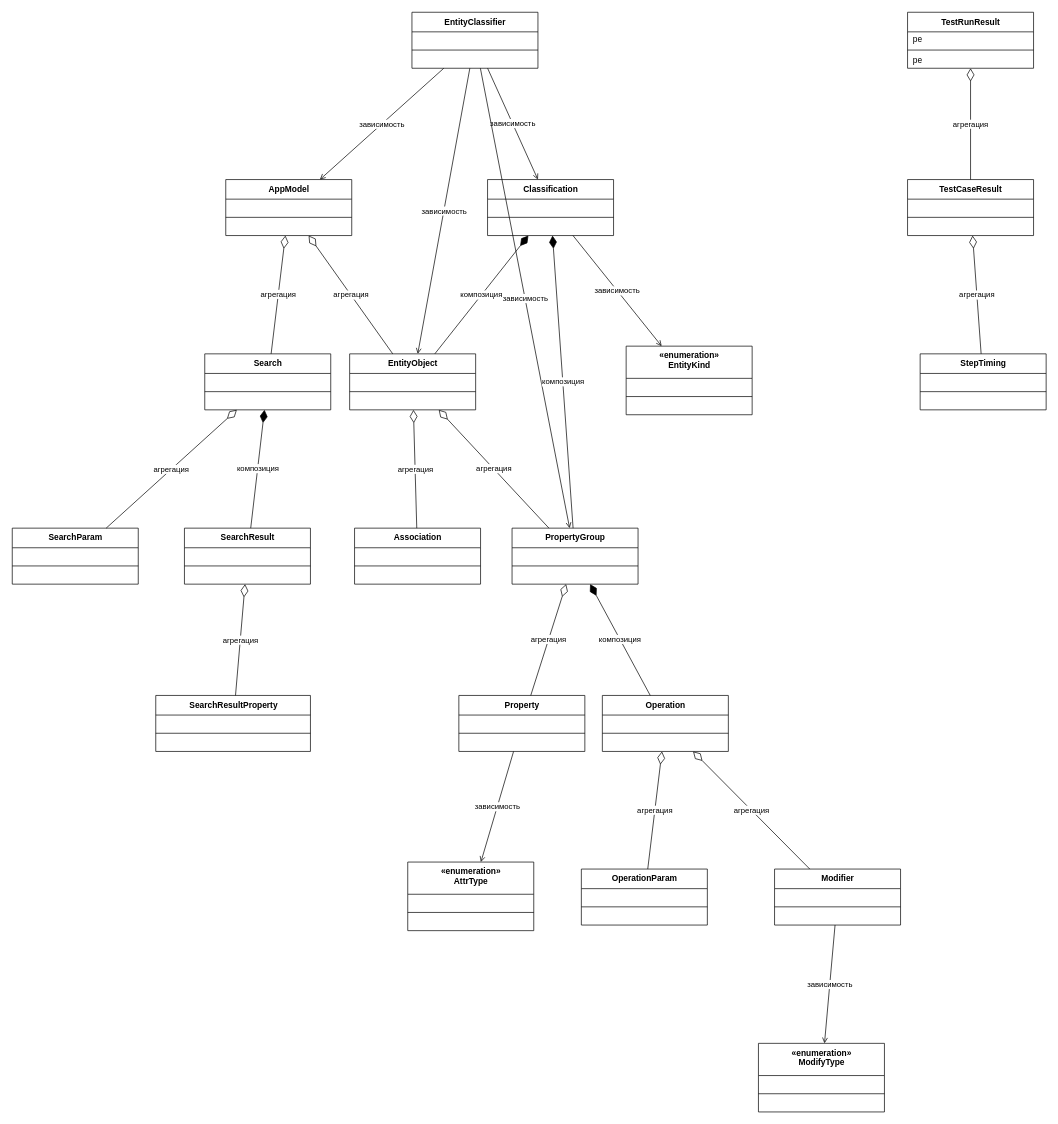
nastolbov/diplom23 keeps this draw.io diagram as page "Рис.45 Model (уточнённая)" (8 of 18) of VKR_class_diagrams.drawio. Above is the earlier version. Source tidied: cells renumbered, new cells numbered last; positions are measured from the earlier drawing's top-left corner, leaving out a move shared by most shapes. Both pictures are drawn from the tidied source at 70%, with x=0, y=0 at pixel (12, 12).
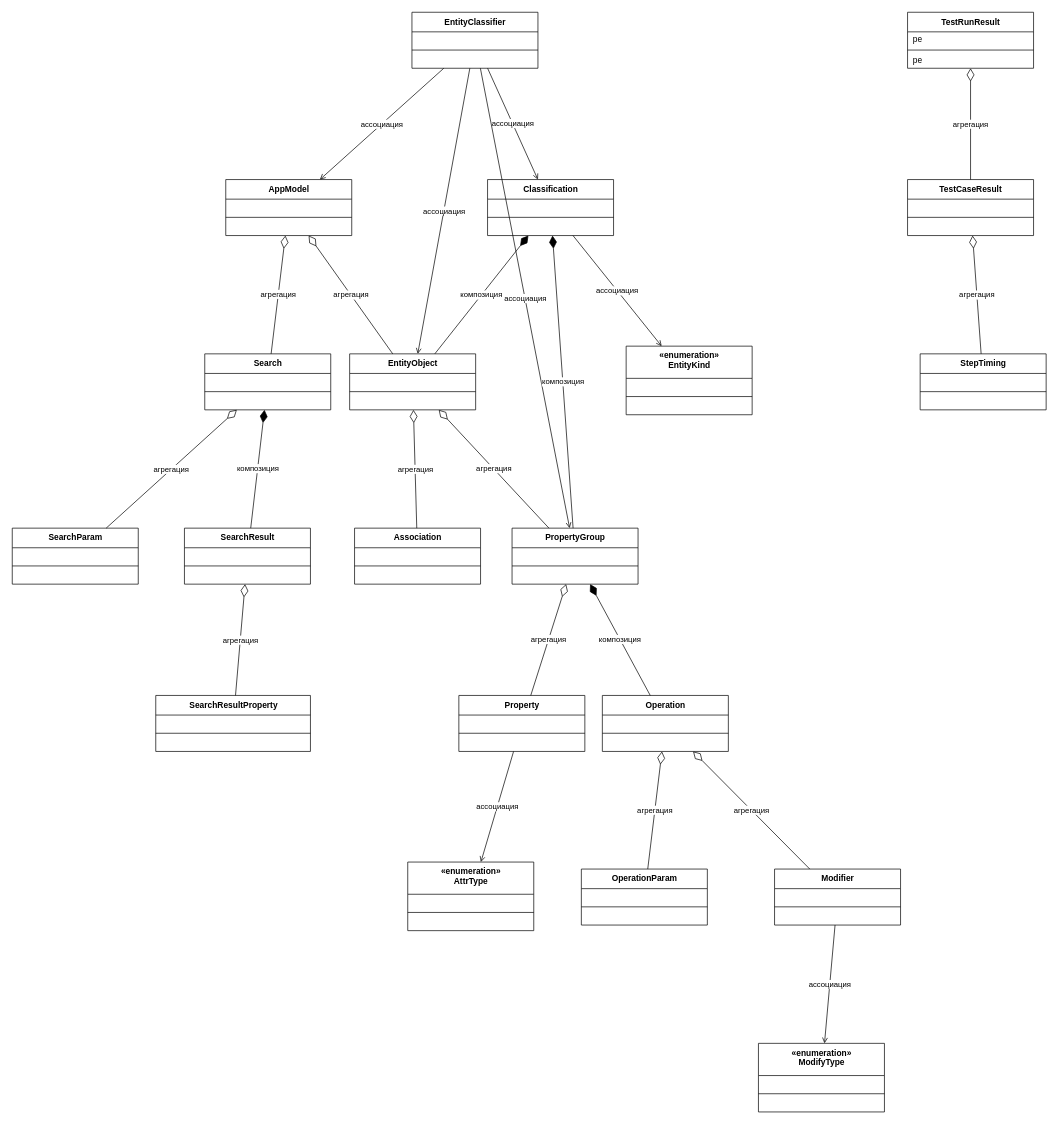
After the change.

Commit message (it also covers changes not shown here):
Rename relationship label «зависимость» -> «ассоциация» on refined diagrams

Unchanged cells that the change refers to:
```xml
<mxCell id="2" value="EntityClassifier" style="swimlane;html=1;fontStyle=1;align=center;verticalAlign=top;horizontal=1;startSize=28;" parent="1" vertex="1">
  <mxGeometry x="571" width="180" height="80" as="geometry" />
</mxCell>
<mxCell id="10" value="AppModel" style="swimlane;html=1;fontStyle=1;align=center;verticalAlign=top;horizontal=1;startSize=28;" parent="1" vertex="1">
  <mxGeometry x="305" y="239" width="180" height="80" as="geometry" />
</mxCell>
<mxCell id="14" value="Classification" style="swimlane;html=1;fontStyle=1;align=center;verticalAlign=top;horizontal=1;startSize=28;" parent="1" vertex="1">
  <mxGeometry x="679" y="239" width="180" height="80" as="geometry" />
</mxCell>
<mxCell id="22" value="«enumeration»&lt;br&gt;EntityKind" style="swimlane;html=1;fontStyle=1;align=center;verticalAlign=top;horizontal=1;startSize=46;" parent="1" vertex="1">
  <mxGeometry x="877" y="477" width="180" height="98" as="geometry" />
</mxCell>
<mxCell id="30" value="EntityObject" style="swimlane;html=1;fontStyle=1;align=center;verticalAlign=top;horizontal=1;startSize=28;" parent="1" vertex="1">
  <mxGeometry x="482" y="488" width="180" height="80" as="geometry" />
</mxCell>
<mxCell id="50" value="PropertyGroup" style="swimlane;html=1;fontStyle=1;align=center;verticalAlign=top;horizontal=1;startSize=28;" parent="1" vertex="1">
  <mxGeometry x="714" y="737" width="180" height="80" as="geometry" />
</mxCell>
<mxCell id="58" value="Property" style="swimlane;html=1;fontStyle=1;align=center;verticalAlign=top;horizontal=1;startSize=28;" parent="1" vertex="1">
  <mxGeometry x="638" y="976" width="180" height="80" as="geometry" />
</mxCell>
<mxCell id="66" value="«enumeration»&lt;br&gt;AttrType" style="swimlane;html=1;fontStyle=1;align=center;verticalAlign=top;horizontal=1;startSize=46;" parent="1" vertex="1">
  <mxGeometry x="565" y="1214" width="180" height="98" as="geometry" />
</mxCell>
<mxCell id="74" value="Modifier" style="swimlane;html=1;fontStyle=1;align=center;verticalAlign=top;horizontal=1;startSize=28;" parent="1" vertex="1">
  <mxGeometry x="1089" y="1224" width="180" height="80" as="geometry" />
</mxCell>
<mxCell id="78" value="«enumeration»&lt;br&gt;ModifyType" style="swimlane;html=1;fontStyle=1;align=center;verticalAlign=top;horizontal=1;startSize=46;" parent="1" vertex="1">
  <mxGeometry x="1066" y="1473" width="180" height="98" as="geometry" />
</mxCell>
```

Change to the diagram source:
```diff
@@
-    <mxCell id="82" value="зависимость" style="html=1;endArrow=open;startArrow=none;rounded=0;" parent="1" edge="1" source="2" target="10">
+    <mxCell id="82" value="ассоциация" style="html=1;endArrow=open;startArrow=none;rounded=0;" parent="1" edge="1" source="2" target="10">
       <mxGeometry relative="1" as="geometry" />
     </mxCell>
-    <mxCell id="83" value="зависимость" style="html=1;endArrow=open;startArrow=none;rounded=0;" parent="1" edge="1" source="2" target="14">
+    <mxCell id="83" value="ассоциация" style="html=1;endArrow=open;startArrow=none;rounded=0;" parent="1" edge="1" source="2" target="14">
       <mxGeometry relative="1" as="geometry" />
     </mxCell>
-    <mxCell id="84" value="зависимость" style="html=1;endArrow=open;startArrow=none;rounded=0;" parent="1" edge="1" source="2" target="30">
+    <mxCell id="84" value="ассоциация" style="html=1;endArrow=open;startArrow=none;rounded=0;" parent="1" edge="1" source="2" target="30">
       <mxGeometry relative="1" as="geometry" />
     </mxCell>
-    <mxCell id="85" value="зависимость" style="html=1;endArrow=open;startArrow=none;rounded=0;" parent="1" edge="1" source="2" target="50">
+    <mxCell id="85" value="ассоциация" style="html=1;endArrow=open;startArrow=none;rounded=0;" parent="1" edge="1" source="2" target="50">
       <mxGeometry relative="1" as="geometry" />
     </mxCell>
@@
-    <mxCell id="90" value="зависимость" style="html=1;endArrow=open;startArrow=none;rounded=0;" parent="1" edge="1" source="14" target="22">
+    <mxCell id="90" value="ассоциация" style="html=1;endArrow=open;startArrow=none;rounded=0;" parent="1" edge="1" source="14" target="22">
       <mxGeometry relative="1" as="geometry" />
     </mxCell>
@@
-    <mxCell id="98" value="зависимость" style="html=1;endArrow=open;startArrow=none;rounded=0;" parent="1" edge="1" source="58" target="66">
+    <mxCell id="98" value="ассоциация" style="html=1;endArrow=open;startArrow=none;rounded=0;" parent="1" edge="1" source="58" target="66">
       <mxGeometry relative="1" as="geometry" />
     </mxCell>
@@
-    <mxCell id="101" value="зависимость" style="html=1;endArrow=open;startArrow=none;rounded=0;" parent="1" edge="1" source="74" target="78">
+    <mxCell id="101" value="ассоциация" style="html=1;endArrow=open;startArrow=none;rounded=0;" parent="1" edge="1" source="74" target="78">
       <mxGeometry relative="1" as="geometry" />
     </mxCell>
```
